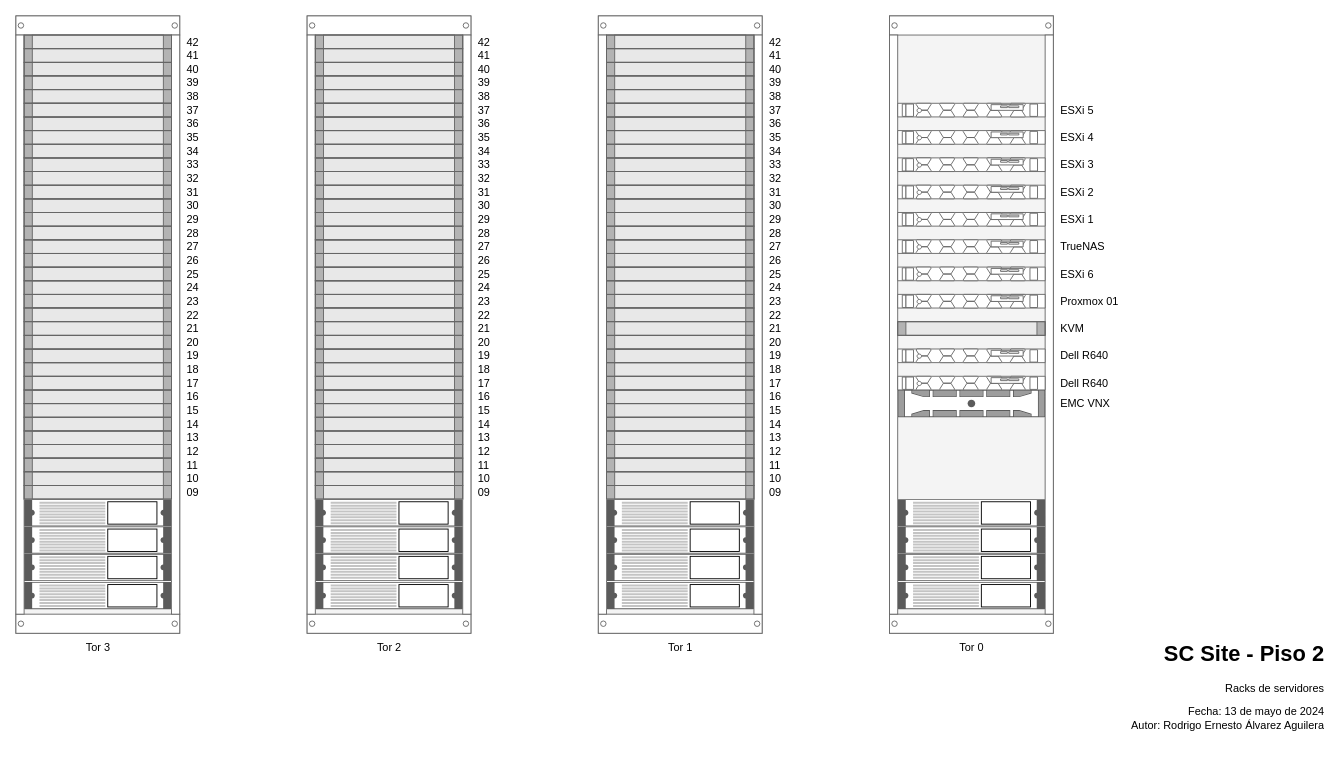
incognia/Cultura keeps this draw.io diagram as page "Servidores" (1 of 3) of siteCultura.drawio. Above is the earlier version. Source tidied: cells renumbered, new cells numbered last; positions are measured from the earlier drawing's top-left corner, leaving out a move shared by most shapes. Both pictures are drawn from the tidied source at 91%, with x=0, y=0 at pixel (15, 15).
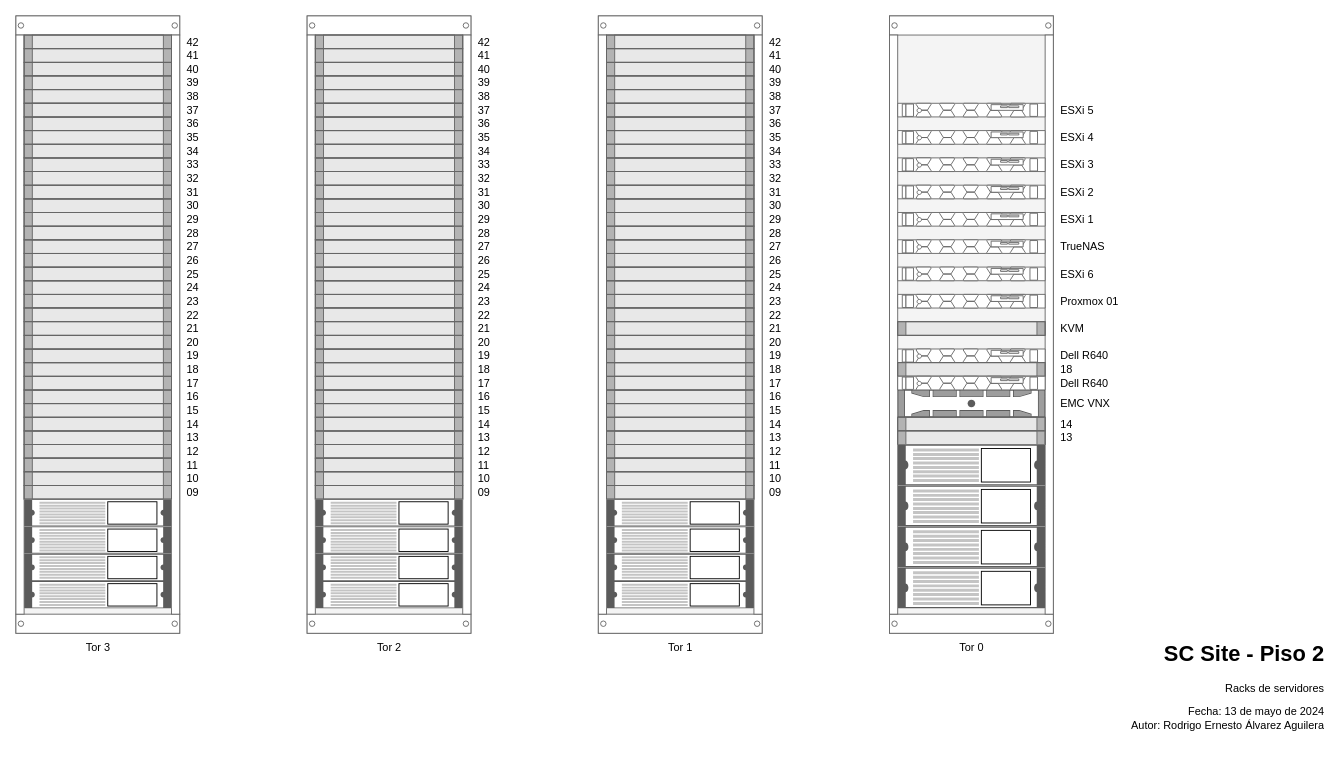
The same page after the edit.

Unchanged cells that the change refers to:
```xml
<mxCell id="2" value="Tor 3" style="strokeColor=#666666;html=1;verticalLabelPosition=bottom;labelBackgroundColor=#ffffff;verticalAlign=top;shadow=0;dashed=0;shape=mxgraph.rackGeneral.rackCabinet3;fillColor2=#f4f4f4;allowGaps=1;textColor=#666666;numDisp=off;" parent="1" vertex="1">
  <mxGeometry width="180" height="680" as="geometry" />
</mxCell>
<mxCell id="41" value="Tor 2" style="strokeColor=#666666;html=1;verticalLabelPosition=bottom;labelBackgroundColor=#ffffff;verticalAlign=top;shadow=0;dashed=0;shape=mxgraph.rackGeneral.rackCabinet3;fillColor2=#f4f4f4;allowGaps=1;textColor=#666666;numDisp=off;" parent="1" vertex="1">
  <mxGeometry x="320" width="180" height="680" as="geometry" />
</mxCell>
<mxCell id="80" value="Tor 1" style="strokeColor=#666666;html=1;verticalLabelPosition=bottom;labelBackgroundColor=#ffffff;verticalAlign=top;shadow=0;dashed=0;shape=mxgraph.rackGeneral.rackCabinet3;fillColor2=#f4f4f4;allowGaps=1;textColor=#666666;numDisp=off;" parent="1" vertex="1">
  <mxGeometry x="640" width="180" height="680" as="geometry" />
</mxCell>
<mxCell id="119" value="Tor 0" style="strokeColor=#666666;html=1;verticalLabelPosition=bottom;labelBackgroundColor=#ffffff;verticalAlign=top;shadow=0;dashed=0;shape=mxgraph.rackGeneral.rackCabinet3;fillColor2=#f4f4f4;allowGaps=1;textColor=#666666;numDisp=off;" parent="1" vertex="1">
  <mxGeometry x="960" width="180" height="680" as="geometry" />
</mxCell>
```

Change to the diagram source:
```diff
@@
     <mxCell id="40" style="shape=mxgraph.rack.apc.apc_smart_ups_1000-3000_va_2u;html=1;labelPosition=right;align=left;spacingLeft=15;dashed=0;shadow=0;fillColor=#ffffff;" parent="2" vertex="1">
-      <mxGeometry x="9" y="622" width="162" height="30" as="geometry" />
+      <mxGeometry x="9" y="621" width="162" height="30" as="geometry" />
     </mxCell>
@@
     <mxCell id="79" style="shape=mxgraph.rack.apc.apc_smart_ups_1000-3000_va_2u;html=1;labelPosition=right;align=left;spacingLeft=15;dashed=0;shadow=0;fillColor=#ffffff;" parent="41" vertex="1">
-      <mxGeometry x="9" y="622" width="162" height="30" as="geometry" />
+      <mxGeometry x="9" y="621" width="162" height="30" as="geometry" />
     </mxCell>
@@
     <mxCell id="118" style="shape=mxgraph.rack.apc.apc_smart_ups_1000-3000_va_2u;html=1;labelPosition=right;align=left;spacingLeft=15;dashed=0;shadow=0;fillColor=#ffffff;" parent="80" vertex="1">
-      <mxGeometry x="9" y="622" width="162" height="30" as="geometry" />
+      <mxGeometry x="9" y="621" width="162" height="30" as="geometry" />
     </mxCell>
@@
+    <mxCell id="137" value="18" style="strokeColor=#666666;html=1;labelPosition=right;align=left;spacingLeft=15;shadow=0;dashed=0;shape=mxgraph.rackGeneral.plate;fillColor=#e8e8e8;" parent="119" vertex="1">
+      <mxGeometry x="9" y="381" width="162" height="15" as="geometry" />
+    </mxCell>
@@
-    <mxCell id="132" style="shape=mxgraph.rack.apc.apc_smart_ups_1000-3000_va_2u;html=1;labelPosition=right;align=left;spacingLeft=15;dashed=0;shadow=0;fillColor=#ffffff;" parent="119" vertex="1">
-      <mxGeometry x="9" y="531" width="162" height="30" as="geometry" />
-    </mxCell>
-    <mxCell id="133" style="shape=mxgraph.rack.apc.apc_smart_ups_1000-3000_va_2u;html=1;labelPosition=right;align=left;spacingLeft=15;dashed=0;shadow=0;fillColor=#ffffff;" parent="119" vertex="1">
-      <mxGeometry x="9" y="561" width="162" height="30" as="geometry" />
-    </mxCell>
-    <mxCell id="134" style="shape=mxgraph.rack.apc.apc_smart_ups_1000-3000_va_2u;html=1;labelPosition=right;align=left;spacingLeft=15;dashed=0;shadow=0;fillColor=#ffffff;" parent="119" vertex="1">
-      <mxGeometry x="9" y="591" width="162" height="30" as="geometry" />
-    </mxCell>
-    <mxCell id="135" style="shape=mxgraph.rack.apc.apc_smart_ups_1000-3000_va_2u;html=1;labelPosition=right;align=left;spacingLeft=15;dashed=0;shadow=0;fillColor=#ffffff;" parent="119" vertex="1">
-      <mxGeometry x="9" y="622" width="162" height="30" as="geometry" />
-    </mxCell>
+    <mxCell id="138" value="14" style="strokeColor=#666666;html=1;labelPosition=right;align=left;spacingLeft=15;shadow=0;dashed=0;shape=mxgraph.rackGeneral.plate;fillColor=#e8e8e8;" parent="119" vertex="1">
+      <mxGeometry x="9" y="441" width="162" height="15" as="geometry" />
+    </mxCell>
+    <mxCell id="139" value="13" style="strokeColor=#666666;html=1;labelPosition=right;align=left;spacingLeft=15;shadow=0;dashed=0;shape=mxgraph.rackGeneral.plate;fillColor=#e8e8e8;" parent="119" vertex="1">
+      <mxGeometry x="9" y="456" width="162" height="15" as="geometry" />
+    </mxCell>
+    <mxCell id="140" style="shape=mxgraph.rack.apc.apc_smart_ups_1000-3000_va_2u;html=1;labelPosition=right;align=left;spacingLeft=15;dashed=0;shadow=0;fillColor=#ffffff;" parent="119" vertex="1">
+      <mxGeometry x="9" y="471" width="162" height="45" as="geometry" />
+    </mxCell>
+    <mxCell id="141" style="shape=mxgraph.rack.apc.apc_smart_ups_1000-3000_va_2u;html=1;labelPosition=right;align=left;spacingLeft=15;dashed=0;shadow=0;fillColor=#ffffff;" parent="119" vertex="1">
+      <mxGeometry x="9" y="516" width="162" height="45" as="geometry" />
+    </mxCell>
+    <mxCell id="142" style="shape=mxgraph.rack.apc.apc_smart_ups_1000-3000_va_2u;html=1;labelPosition=right;align=left;spacingLeft=15;dashed=0;shadow=0;fillColor=#ffffff;" parent="119" vertex="1">
+      <mxGeometry x="9" y="561" width="162" height="45" as="geometry" />
+    </mxCell>
+    <mxCell id="143" style="shape=mxgraph.rack.apc.apc_smart_ups_1000-3000_va_2u;html=1;labelPosition=right;align=left;spacingLeft=15;dashed=0;shadow=0;fillColor=#ffffff;" parent="119" vertex="1">
+      <mxGeometry x="9" y="606" width="162" height="45" as="geometry" />
+    </mxCell>
```
